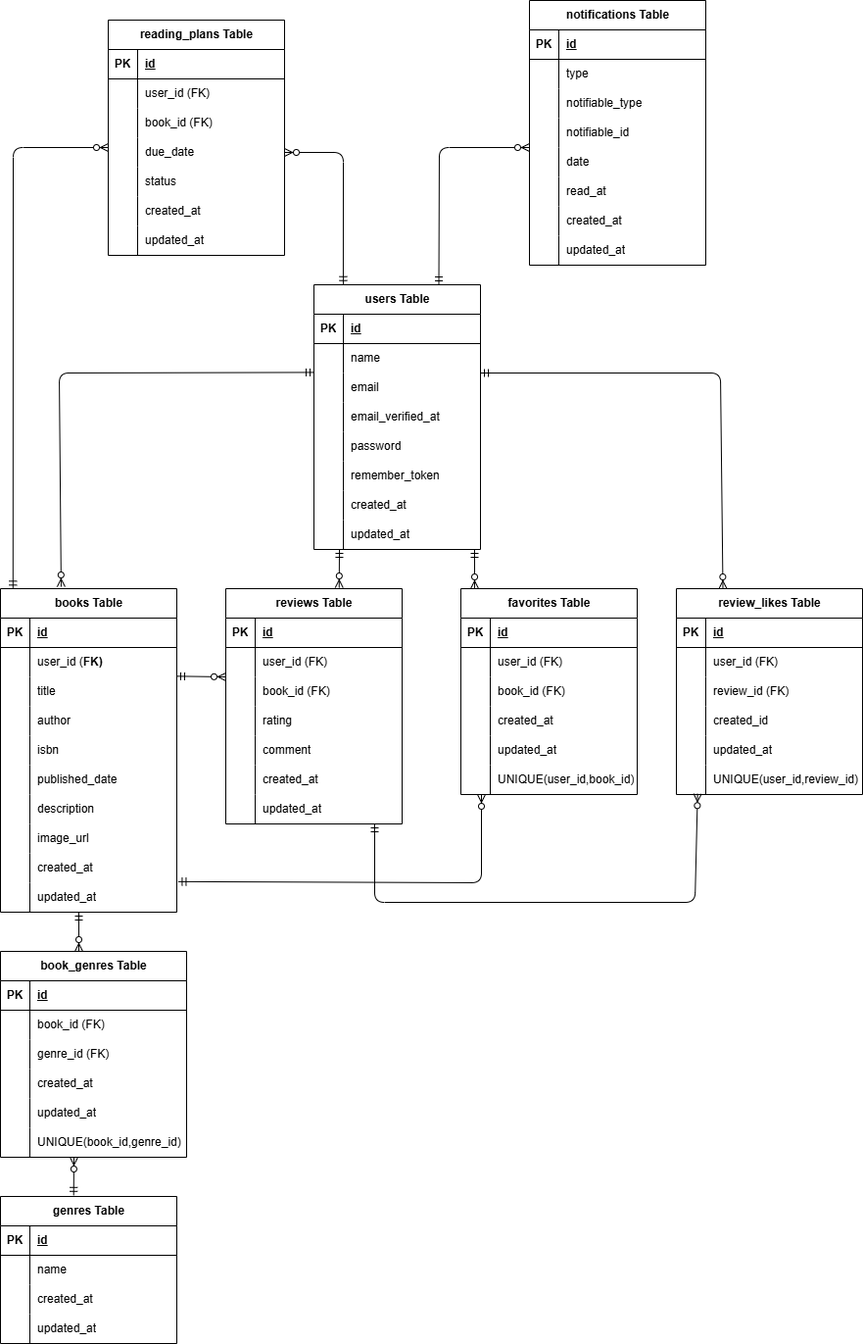
This is er.drawio.png from wtpda30/bookshelf-app, a draw.io export, as it was before one commit. Source tidied: cells renumbered, new cells last; positions are measured from the earlier drawing's top-left corner, leaving out a move shared by most shapes.
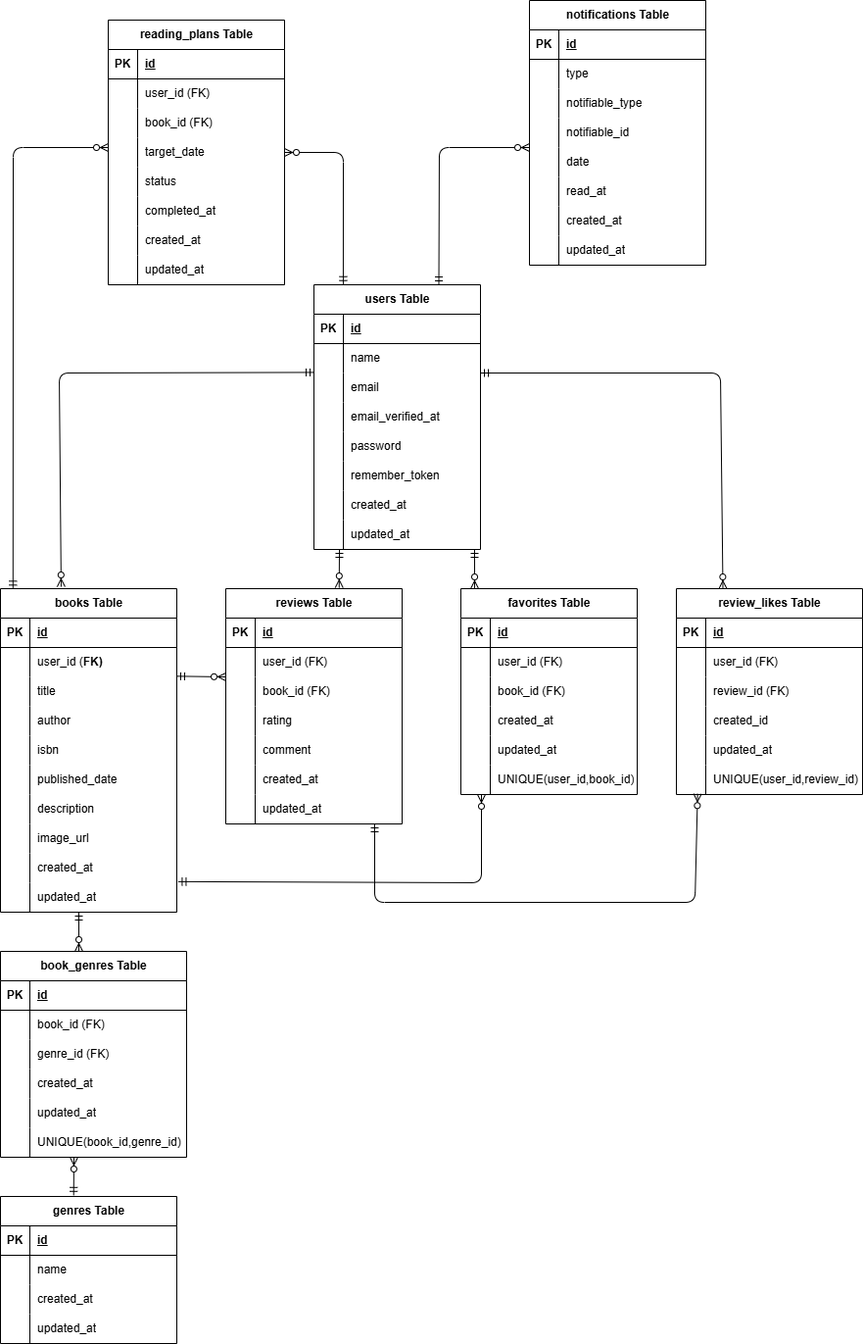
The same diagram one commit later.

What changed in the source:
```diff
@@ -447,7 +447,7 @@
       <mxGeometry x="30" width="150" height="30" as="geometry" />
     </mxCell>
     <mxCell id="150" value="reading_plans Table" style="shape=table;startSize=30;rowLines=0;fontStyle=1;align=center;html=1;" parent="1" vertex="1">
-      <mxGeometry x="110" y="20" width="180" height="240" as="geometry" />
+      <mxGeometry x="110" y="20" width="180" height="270" as="geometry" />
     </mxCell>
     <mxCell id="151" style="shape=tableRow;horizontal=0;startSize=0;swimlaneHead=0;swimlaneBody=0;fillColor=none;top=0;left=0;right=0;bottom=1;" parent="150" vertex="1">
       <mxGeometry y="30" width="180" height="30" as="geometry" />
@@ -482,7 +482,7 @@
     <mxCell id="161" style="shape=partialRectangle;fillColor=none;top=0;left=0;bottom=0;right=0;overflow=hidden;whiteSpace=wrap;html=1;" parent="160" vertex="1">
       <mxGeometry width="30" height="30" as="geometry" />
     </mxCell>
-    <mxCell id="162" value="due_date" style="shape=partialRectangle;fillColor=none;top=0;left=0;bottom=0;right=0;align=left;spacingLeft=6;overflow=hidden;whiteSpace=wrap;html=1;" parent="160" vertex="1">
+    <mxCell id="162" value="target_date" style="shape=partialRectangle;fillColor=none;top=0;left=0;bottom=0;right=0;align=left;spacingLeft=6;overflow=hidden;whiteSpace=wrap;html=1;" parent="160" vertex="1">
       <mxGeometry x="30" width="150" height="30" as="geometry" />
     </mxCell>
     <mxCell id="163" style="shape=tableRow;horizontal=0;startSize=0;swimlaneHead=0;swimlaneBody=0;fillColor=none;top=0;left=0;right=0;bottom=0;" parent="150" vertex="1">
@@ -494,8 +494,17 @@
     <mxCell id="165" value="status" style="shape=partialRectangle;fillColor=none;top=0;left=0;bottom=0;right=0;align=left;spacingLeft=6;overflow=hidden;whiteSpace=wrap;html=1;" parent="163" vertex="1">
       <mxGeometry x="30" width="150" height="30" as="geometry" />
     </mxCell>
+    <mxCell id="209" style="shape=tableRow;horizontal=0;startSize=0;swimlaneHead=0;swimlaneBody=0;fillColor=none;top=0;left=0;right=0;bottom=0;" parent="150" vertex="1">
+      <mxGeometry y="180" width="180" height="30" as="geometry" />
+    </mxCell>
+    <mxCell id="210" style="shape=partialRectangle;fillColor=none;top=0;left=0;bottom=0;right=0;overflow=hidden;whiteSpace=wrap;html=1;" parent="209" vertex="1">
+      <mxGeometry width="30" height="30" as="geometry" />
+    </mxCell>
+    <mxCell id="211" value="completed_at" style="shape=partialRectangle;fillColor=none;top=0;left=0;bottom=0;right=0;align=left;spacingLeft=6;overflow=hidden;whiteSpace=wrap;html=1;" parent="209" vertex="1">
+      <mxGeometry x="30" width="150" height="30" as="geometry" />
+    </mxCell>
     <mxCell id="166" style="shape=tableRow;horizontal=0;startSize=0;swimlaneHead=0;swimlaneBody=0;fillColor=none;top=0;left=0;right=0;bottom=0;" parent="150" vertex="1">
-      <mxGeometry y="180" width="180" height="30" as="geometry" />
+      <mxGeometry y="210" width="180" height="30" as="geometry" />
     </mxCell>
     <mxCell id="167" style="shape=partialRectangle;fillColor=none;top=0;left=0;bottom=0;right=0;overflow=hidden;whiteSpace=wrap;html=1;" parent="166" vertex="1">
       <mxGeometry width="30" height="30" as="geometry" />
@@ -504,7 +513,7 @@
       <mxGeometry x="30" width="150" height="30" as="geometry" />
     </mxCell>
     <mxCell id="169" style="shape=tableRow;horizontal=0;startSize=0;swimlaneHead=0;swimlaneBody=0;fillColor=none;top=0;left=0;right=0;bottom=0;" parent="150" vertex="1">
-      <mxGeometry y="210" width="180" height="30" as="geometry" />
+      <mxGeometry y="240" width="180" height="30" as="geometry" />
     </mxCell>
     <mxCell id="170" style="shape=partialRectangle;fillColor=none;top=0;left=0;bottom=0;right=0;overflow=hidden;whiteSpace=wrap;html=1;" parent="169" vertex="1">
       <mxGeometry width="30" height="30" as="geometry" />
```
